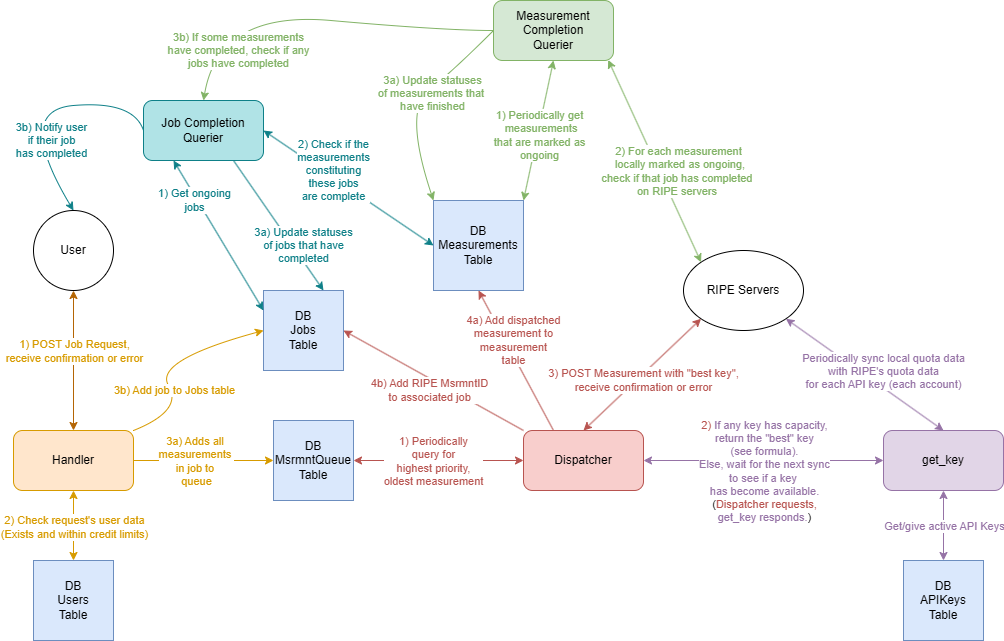
Above: API/API_diagram_8_13.png in bspinrad/AquaLab-AtlasPlat-Docs (draw.io), before the change. Source tidied: cells renumbered, new cells last; positions are measured from the earlier drawing's top-left corner, leaving out a move shared by most shapes.
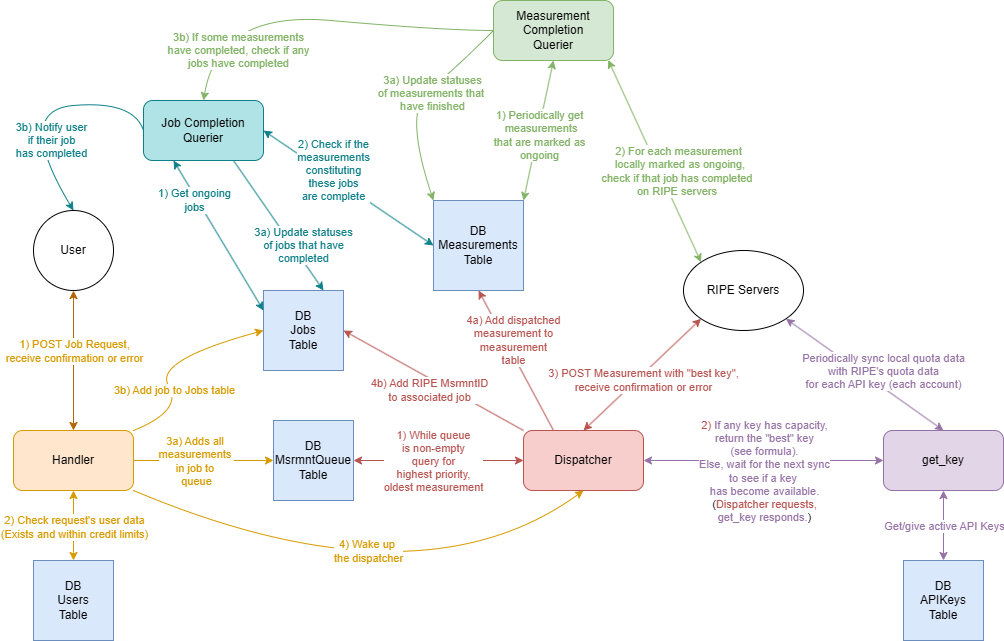
The same file after the commit.

Commit message:
experiment with embedded photo

What changed in the source:
```diff
@@ -5,7 +5,7 @@
     <mxCell id="2" value="User" style="ellipse;whiteSpace=wrap;html=1;" parent="1" vertex="1">
       <mxGeometry x="20" y="210" width="80" height="80" as="geometry" />
     </mxCell>
-    <mxCell id="3" value="Handler" style="rounded=1;whiteSpace=wrap;html=1;fillColor=#ffe6cc;strokeColor=#d79b00;" parent="1" vertex="1">
+    <mxCell id="3" value="Handler" style="rounded=1;whiteSpace=wrap;html=1;fillColor=#ffe6cc;strokeColor=#D79B00;" parent="1" vertex="1">
       <mxGeometry y="430" width="120" height="60" as="geometry" />
     </mxCell>
     <mxCell id="4" value="DB&lt;div&gt;Users&lt;/div&gt;&lt;div&gt;Table&lt;/div&gt;" style="whiteSpace=wrap;html=1;fillColor=#dae8fc;strokeColor=#6c8ebf;" parent="1" vertex="1">
@@ -37,7 +37,7 @@
     <mxCell id="12" style="endArrow=classic;startArrow=classic;html=1;rounded=0;exitX=1;exitY=0.5;exitDx=0;exitDy=0;entryX=0;entryY=0.5;entryDx=0;entryDy=0;fillColor=#f8cecc;strokeColor=#b85450;" parent="1" edge="1" source="7" target="14">
       <mxGeometry relative="1" as="geometry" />
     </mxCell>
-    <mxCell id="13" value="&lt;font color=&quot;#b85450&quot;&gt;1) Periodically&lt;/font&gt;&lt;div&gt;&lt;font color=&quot;#b85450&quot;&gt;query for&lt;/font&gt;&lt;div&gt;&lt;font color=&quot;#b85450&quot;&gt;highest priority,&lt;/font&gt;&lt;/div&gt;&lt;div&gt;&lt;font color=&quot;#b85450&quot;&gt;oldest measurement&lt;/font&gt;&lt;/div&gt;&lt;/div&gt;" style="edgeLabel;html=1;align=center;verticalAlign=middle;" parent="12" vertex="1">
+    <mxCell id="13" value="&lt;font color=&quot;#b85450&quot;&gt;1) While queue&lt;/font&gt;&lt;div&gt;&lt;font color=&quot;#b85450&quot;&gt;is non-empty&lt;br&gt;&lt;/font&gt;&lt;div&gt;&lt;font color=&quot;#b85450&quot;&gt;query for&lt;/font&gt;&lt;div&gt;&lt;font color=&quot;#b85450&quot;&gt;highest priority,&lt;/font&gt;&lt;/div&gt;&lt;div&gt;&lt;font color=&quot;#b85450&quot;&gt;oldest measurement&lt;/font&gt;&lt;/div&gt;&lt;/div&gt;&lt;/div&gt;" style="edgeLabel;html=1;align=center;verticalAlign=middle;" parent="12" vertex="1">
       <mxGeometry x="-0.07" relative="1" as="geometry" />
     </mxCell>
     <mxCell id="14" value="Dispatcher" style="rounded=1;whiteSpace=wrap;html=1;fillColor=#f8cecc;strokeColor=#B85450;" parent="1" vertex="1">
@@ -203,5 +203,17 @@
         <mxPoint y="25" as="offset" />
       </mxGeometry>
     </mxCell>
+    <mxCell id="53" style="curved=1;endArrow=classic;html=1;rounded=0;exitX=1;exitY=1;exitDx=0;exitDy=0;entryX=0.5;entryY=1;entryDx=0;entryDy=0;fillColor=#ffe6cc;strokeColor=#d79b00;" parent="1" edge="1" source="3" target="14">
+      <mxGeometry relative="1" as="geometry">
+        <Array as="points">
+          <mxPoint x="405" y="610" />
+        </Array>
+      </mxGeometry>
+    </mxCell>
+    <mxCell id="54" value="&lt;font color=&quot;#d79b00&quot;&gt;4) Wake up&amp;nbsp;&lt;/font&gt;&lt;div&gt;&lt;font color=&quot;#d79b00&quot;&gt;the dispatcher&lt;/font&gt;&lt;/div&gt;" style="edgeLabel;html=1;align=center;verticalAlign=middle;" parent="53" vertex="1">
+      <mxGeometry x="-0.05" y="35" relative="1" as="geometry">
+        <mxPoint x="-3" y="-2" as="offset" />
+      </mxGeometry>
+    </mxCell>
   </root>
 </mxGraphModel>
```
